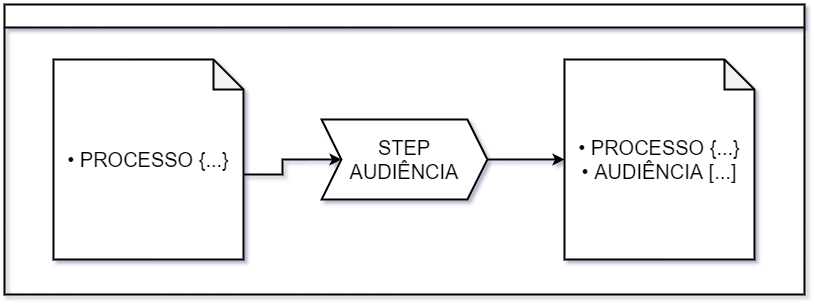
Before: imagens/processo-in-step.png, a diagram exported from draw.io (Crissky/TCC-21). Source tidied: cells renumbered, new cells last; positions are measured from the earlier drawing's top-left corner, leaving out a move shared by most shapes.
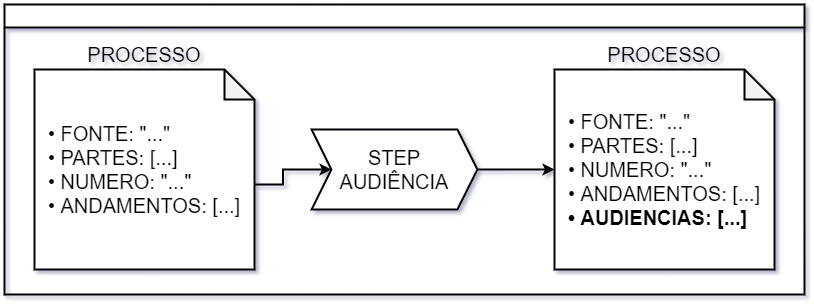
Later version of the same file.

The edit, as a diff of the source:
```diff
@@ -8,17 +8,23 @@
     <mxCell id="3" value="&lt;font style=&quot;font-size: 20px&quot;&gt;STEP&lt;br&gt;AUDIÊNCIA&lt;br&gt;&lt;/font&gt;" style="shape=step;perimeter=stepPerimeter;whiteSpace=wrap;html=1;fixedSize=1;strokeWidth=2;" parent="1" vertex="1">
       <mxGeometry x="317" y="115" width="166" height="80" as="geometry" />
     </mxCell>
-    <mxCell id="4" value="&lt;span style=&quot;font-size: 20px&quot;&gt;• PROCESSO {...}&lt;br&gt;• AUDIÊNCIA [...]&lt;br&gt;&lt;/span&gt;" style="shape=note;whiteSpace=wrap;html=1;backgroundOutline=1;darkOpacity=0.05;strokeWidth=2;" parent="1" vertex="1">
-      <mxGeometry x="560" y="55" width="190" height="200" as="geometry" />
+    <mxCell id="4" value="&lt;div style=&quot;text-align: left&quot;&gt;&lt;span style=&quot;font-size: 20px&quot;&gt;• FONTE: &quot;...&quot;&lt;/span&gt;&lt;/div&gt;&lt;div style=&quot;text-align: left&quot;&gt;&lt;span style=&quot;font-size: 20px&quot;&gt;• PARTES: [...]&lt;/span&gt;&lt;/div&gt;&lt;div style=&quot;text-align: left&quot;&gt;&lt;span style=&quot;font-size: 20px&quot;&gt;• NUMERO: &quot;...&quot;&lt;/span&gt;&lt;/div&gt;&lt;div style=&quot;text-align: left&quot;&gt;&lt;span style=&quot;font-size: 20px&quot;&gt;• ANDAMENTOS: [...]&lt;/span&gt;&lt;/div&gt;&lt;span style=&quot;font-size: 20px&quot;&gt;&lt;div style=&quot;text-align: left&quot;&gt;&lt;span&gt;&lt;b&gt;• AUDIENCIAS: [...]&lt;/b&gt;&lt;/span&gt;&lt;/div&gt;&lt;/span&gt;" style="shape=note;whiteSpace=wrap;html=1;backgroundOutline=1;darkOpacity=0.05;strokeWidth=2;" parent="1" vertex="1">
+      <mxGeometry x="560" y="55" width="220" height="200" as="geometry" />
     </mxCell>
-    <mxCell id="5" style="edgeStyle=orthogonalEdgeStyle;rounded=0;jettySize=auto;html=1;exitX=0;exitY=0;exitDx=190;exitDy=115;exitPerimeter=0;entryX=0;entryY=0.5;entryDx=0;entryDy=0;fontSize=20;strokeWidth=2;" parent="1" edge="1" source="6" target="3">
+    <mxCell id="5" style="edgeStyle=orthogonalEdgeStyle;rounded=0;jettySize=auto;html=1;exitX=0;exitY=0;exitDx=220;exitDy=115;exitPerimeter=0;entryX=0;entryY=0.5;entryDx=0;entryDy=0;fontSize=20;strokeWidth=2;" parent="1" edge="1" source="8" target="3">
       <mxGeometry relative="1" as="geometry" />
     </mxCell>
-    <mxCell id="6" value="&lt;span style=&quot;font-size: 20px&quot;&gt;• PROCESSO {...}&lt;br&gt;&lt;/span&gt;" style="shape=note;whiteSpace=wrap;html=1;backgroundOutline=1;darkOpacity=0.05;strokeWidth=2;" parent="1" vertex="1">
-      <mxGeometry x="49" y="55" width="190" height="200" as="geometry" />
-    </mxCell>
     <mxCell id="7" style="swimlane;fontSize=20;strokeWidth=2;" parent="1" vertex="1">
-      <mxGeometry width="800" height="290" as="geometry" />
+      <mxGeometry x="10" y="-10" width="800" height="290" as="geometry" />
     </mxCell>
+    <mxCell id="8" value="&lt;div style=&quot;text-align: left&quot;&gt;&lt;span style=&quot;font-size: 20px&quot;&gt;• FONTE: &quot;...&quot;&lt;/span&gt;&lt;/div&gt;&lt;div style=&quot;text-align: left&quot;&gt;&lt;span style=&quot;font-size: 20px&quot;&gt;• PARTES: [...]&lt;/span&gt;&lt;/div&gt;&lt;div style=&quot;text-align: left&quot;&gt;&lt;span style=&quot;font-size: 20px&quot;&gt;• NUMERO: &quot;...&quot;&lt;/span&gt;&lt;/div&gt;&lt;div style=&quot;text-align: left&quot;&gt;&lt;span style=&quot;font-size: 20px&quot;&gt;• ANDAMENTOS: [...]&lt;/span&gt;&lt;/div&gt;" style="shape=note;whiteSpace=wrap;html=1;backgroundOutline=1;darkOpacity=0.05;strokeWidth=2;" parent="7" vertex="1">
+      <mxGeometry x="30" y="65" width="220" height="200" as="geometry" />
+    </mxCell>
+    <mxCell id="9" value="&lt;font style=&quot;font-size: 20px&quot;&gt;PROCESSO&lt;br&gt;&lt;/font&gt;" style="text;html=1;strokeColor=none;fillColor=none;align=center;verticalAlign=middle;whiteSpace=wrap;rounded=0;" parent="7" vertex="1">
+      <mxGeometry x="80" y="35" width="120" height="30" as="geometry" />
+    </mxCell>
+    <mxCell id="10" value="&lt;font style=&quot;font-size: 20px&quot;&gt;PROCESSO&lt;br&gt;&lt;/font&gt;" style="text;html=1;strokeColor=none;fillColor=none;align=center;verticalAlign=middle;whiteSpace=wrap;rounded=0;" parent="7" vertex="1">
+      <mxGeometry x="600" y="35" width="120" height="30" as="geometry" />
+    </mxCell>
   </root>
 </mxGraphModel>
```
